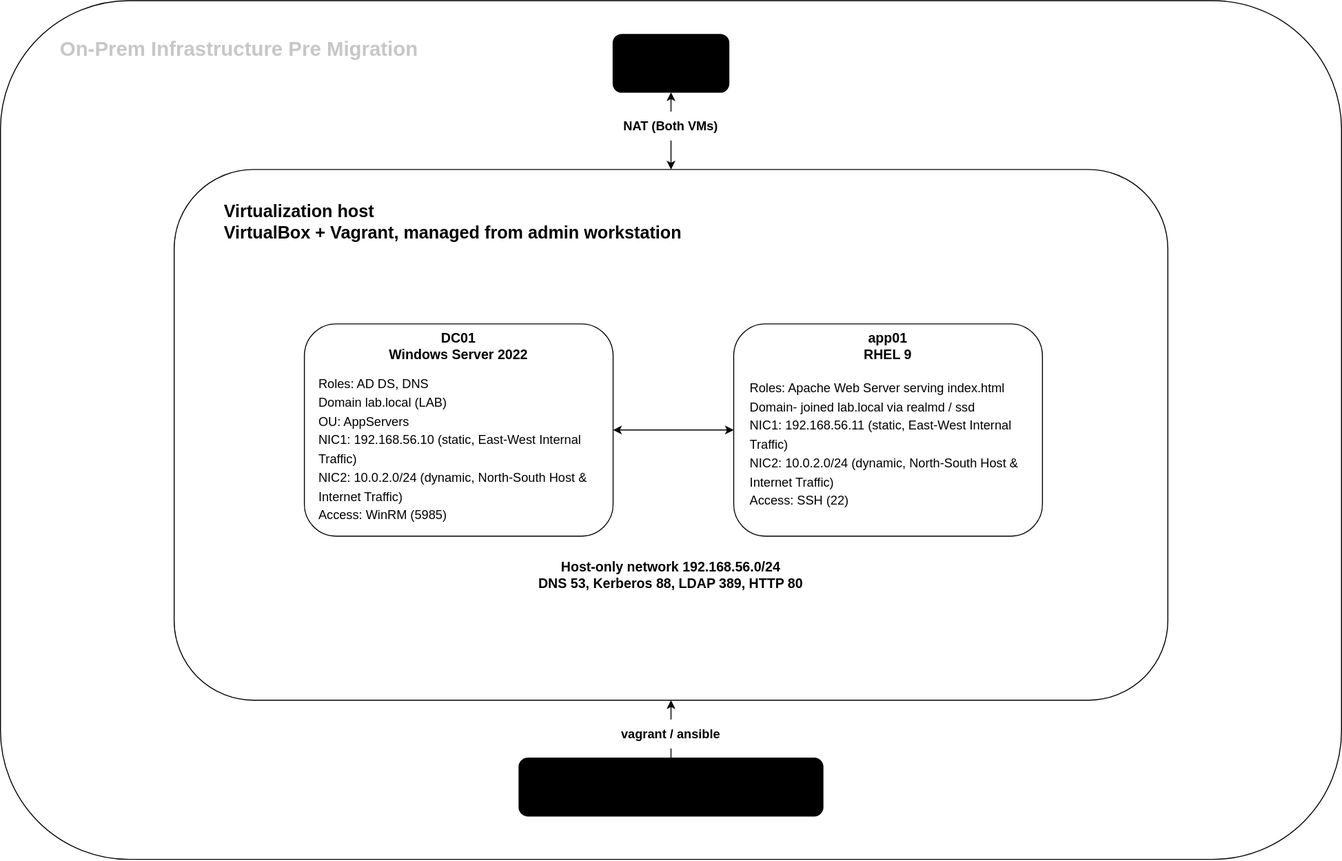
Vernaculus/virtualbox-onprem-to-azure-migration keeps this draw.io diagram as docs/onprem-architecture.svg. Above is the earlier version. Source tidied: cells renumbered, new cells last; positions are measured from the earlier drawing's top-left corner, leaving out a move shared by most shapes. Source of this version:
```xml
<mxGraphModel>
  <root>
    <mxCell id="0" />
    <mxCell id="1" parent="0" />
    <mxCell id="2" style="rounded=1;whiteSpace=wrap;html=1;" parent="1" vertex="1">
      <mxGeometry width="1390" height="890" as="geometry" />
    </mxCell>
    <mxCell id="3" style="rounded=1;whiteSpace=wrap;html=1;fillColor=light-dark(#FFFFFF,#666666);align=right;labelPosition=left;verticalLabelPosition=top;verticalAlign=bottom;fontFamily=Helvetica;" parent="1" vertex="1">
      <mxGeometry x="180" y="175" width="1030" height="550" as="geometry" />
    </mxCell>
    <mxCell id="4" value="&lt;div&gt;&lt;font style=&quot;font-size: 14px;&quot;&gt;&lt;b style=&quot;color: light-dark(rgb(0, 0, 0), rgb(119, 170, 222));&quot;&gt;DC01&lt;/b&gt;&lt;/font&gt;&lt;/div&gt;&lt;div&gt;&lt;font style=&quot;font-size: 14px;&quot;&gt;&lt;b style=&quot;color: light-dark(rgb(0, 0, 0), rgb(119, 170, 222));&quot;&gt;Windows Server 2022&lt;/b&gt;&lt;/font&gt;&lt;/div&gt;" style="rounded=1;whiteSpace=wrap;html=1;fillColor=light-dark(#FFFFFF,#0C447C);verticalAlign=top;fontFamily=Helvetica;" parent="1" vertex="1">
      <mxGeometry x="315" y="335" width="320" height="220" as="geometry" />
    </mxCell>
    <mxCell id="5" value="&lt;font style=&quot;font-size: 14px;&quot;&gt;&lt;b style=&quot;color: light-dark(rgb(0, 0, 0), rgb(80, 183, 150));&quot;&gt;app01&lt;/b&gt;&lt;/font&gt;&lt;div&gt;&lt;font style=&quot;font-size: 14px;&quot;&gt;&lt;b style=&quot;color: light-dark(rgb(0, 0, 0), rgb(80, 183, 150));&quot;&gt;RHEL 9&lt;/b&gt;&lt;/font&gt;&lt;div&gt;&lt;br&gt;&lt;/div&gt;&lt;/div&gt;" style="rounded=1;whiteSpace=wrap;html=1;fillColor=light-dark(#FFFFFF, #085041);verticalAlign=top;fontFamily=Helvetica;" parent="1" vertex="1">
      <mxGeometry x="760" y="335" width="320" height="220" as="geometry" />
    </mxCell>
    <mxCell id="6" value="&lt;b&gt;&lt;font style=&quot;font-size: 20px;&quot;&gt;Admin workstation&lt;/font&gt;&lt;/b&gt;" style="rounded=1;whiteSpace=wrap;html=1;fillColor=light-dark(#000000,#712B13);fontFamily=Helvetica;" parent="1" vertex="1">
      <mxGeometry x="537.5" y="785" width="315" height="60" as="geometry" />
    </mxCell>
    <mxCell id="7" value="&lt;div style=&quot;line-height: 150%;&quot;&gt;&lt;div&gt;&lt;font style=&quot;font-size: 13px; line-height: 150%;&quot;&gt;Roles: AD DS, DNS&lt;/font&gt;&lt;/div&gt;&lt;div&gt;&lt;font style=&quot;font-size: 13px; line-height: 150%;&quot;&gt;Domain lab.local (LAB)&lt;/font&gt;&lt;/div&gt;&lt;div&gt;&lt;font style=&quot;font-size: 13px; line-height: 150%;&quot;&gt;OU: AppServers&lt;/font&gt;&lt;/div&gt;&lt;div&gt;&lt;font style=&quot;font-size: 13px; line-height: 150%;&quot;&gt;NIC1: 192.168.56.10 (static, East-West Internal Traffic)&lt;/font&gt;&lt;/div&gt;&lt;div&gt;&lt;font style=&quot;font-size: 13px; line-height: 150%;&quot;&gt;NIC2: 10.0.2.0/24 (dynamic, North-South Host &amp;amp; Internet Traffic)&lt;/font&gt;&lt;/div&gt;&lt;div&gt;&lt;font style=&quot;font-size: 13px; line-height: 150%;&quot;&gt;Access: WinRM (5985)&lt;/font&gt;&lt;/div&gt;&lt;/div&gt;" style="text;html=1;whiteSpace=wrap;strokeColor=none;fillColor=none;align=left;verticalAlign=middle;rounded=0;fontFamily=Helvetica;" parent="1" vertex="1">
      <mxGeometry x="327.5" y="385" width="295" height="160" as="geometry" />
    </mxCell>
    <mxCell id="8" value="&lt;div style=&quot;line-height: 150%;&quot;&gt;&lt;div&gt;&lt;font style=&quot;font-size: 13px; line-height: 150%;&quot;&gt;Roles: Apache Web Server serving index.html&lt;/font&gt;&lt;/div&gt;&lt;div&gt;&lt;font style=&quot;font-size: 13px; line-height: 150%;&quot;&gt;Domain- joined lab.local via realmd / ssd&lt;/font&gt;&lt;/div&gt;&lt;div&gt;&lt;font style=&quot;font-size: 13px; line-height: 150%;&quot;&gt;NIC1: 192.168.56.11 (static, East-West Internal Traffic)&lt;/font&gt;&lt;/div&gt;&lt;div&gt;&lt;font style=&quot;font-size: 13px; line-height: 150%;&quot;&gt;NIC2: 10.0.2.0/24 (dynamic, North-South Host &amp;amp; Internet Traffic)&lt;/font&gt;&lt;/div&gt;&lt;div&gt;&lt;font style=&quot;font-size: 13px; line-height: 150%;&quot;&gt;Access: SSH (22)&lt;/font&gt;&lt;/div&gt;&lt;/div&gt;" style="text;html=1;whiteSpace=wrap;strokeColor=none;fillColor=none;align=left;verticalAlign=middle;rounded=0;fontFamily=Helvetica;fontSize=12;fontColor=default;fontStyle=0;" parent="1" vertex="1">
      <mxGeometry x="775" y="385" width="290" height="150" as="geometry" />
    </mxCell>
    <mxCell id="9" value="&lt;font style=&quot;font-size: 18px;&quot;&gt;&lt;b style=&quot;color: light-dark(rgb(0, 0, 0), rgb(199, 199, 199));&quot;&gt;Virtualization host&lt;/b&gt;&lt;/font&gt;&lt;div&gt;&lt;font style=&quot;font-size: 18px;&quot;&gt;&lt;b style=&quot;color: light-dark(rgb(0, 0, 0), rgb(199, 199, 199));&quot;&gt;VirtualBox + Vagrant, managed from admin workstation&lt;/b&gt;&lt;/font&gt;&lt;/div&gt;" style="text;html=1;whiteSpace=wrap;strokeColor=none;fillColor=none;align=left;verticalAlign=middle;rounded=0;fontFamily=Helvetica;" parent="1" vertex="1">
      <mxGeometry x="230" y="185" width="490" height="90" as="geometry" />
    </mxCell>
    <mxCell id="10" style="endArrow=classic;startArrow=classic;html=1;rounded=0;fontStyle=1;exitX=1;exitY=0.5;exitDx=0;exitDy=0;entryX=0;entryY=0.5;entryDx=0;entryDy=0;fontFamily=Helvetica;" parent="1" edge="1" source="4" target="5">
      <mxGeometry relative="1" as="geometry" />
    </mxCell>
    <mxCell id="11" value="&lt;font style=&quot;font-size: 14px;&quot;&gt;&lt;b style=&quot;color: light-dark(rgb(0, 0, 0), rgb(199, 199, 199));&quot;&gt;Host-only network 192.168.56.0/24&lt;/b&gt;&lt;/font&gt;&lt;div&gt;&lt;font style=&quot;font-size: 14px;&quot;&gt;&lt;b style=&quot;color: light-dark(rgb(0, 0, 0), rgb(199, 199, 199));&quot;&gt;DNS 53, Kerberos 88, LDAP 389, HTTP 80&lt;/b&gt;&lt;/font&gt;&lt;/div&gt;" style="text;html=1;whiteSpace=wrap;strokeColor=none;fillColor=none;align=center;verticalAlign=middle;rounded=0;fontFamily=Helvetica;" parent="1" vertex="1">
      <mxGeometry x="550" y="565" width="290" height="60" as="geometry" />
    </mxCell>
    <mxCell id="12" style="endArrow=classic;html=1;rounded=0;entryX=0.5;entryY=1;entryDx=0;entryDy=0;exitX=0.5;exitY=0;exitDx=0;exitDy=0;fontFamily=Helvetica;" parent="1" edge="1" source="13" target="3">
      <mxGeometry relative="1" as="geometry" />
    </mxCell>
    <mxCell id="13" value="&lt;span style=&quot;text-align: start; white-space: nowrap;&quot;&gt;&lt;b&gt;&lt;font style=&quot;font-size: 13px;&quot;&gt;vagrant / ansible&lt;/font&gt;&lt;/b&gt;&lt;/span&gt;" style="text;html=1;whiteSpace=wrap;strokeColor=none;fillColor=none;align=center;verticalAlign=middle;rounded=0;fontFamily=Helvetica;" parent="1" vertex="1">
      <mxGeometry x="640" y="745" width="110" height="30" as="geometry" />
    </mxCell>
    <mxCell id="14" value="&lt;font style=&quot;font-size: 21px;&quot;&gt;&lt;b style=&quot;color: light-dark(rgb(199, 199, 199), rgb(199, 199, 199));&quot;&gt;On-Prem Infrastructure Pre Migration&lt;/b&gt;&lt;/font&gt;" style="text;html=1;whiteSpace=wrap;strokeColor=none;fillColor=none;align=left;verticalAlign=middle;rounded=0;fontFamily=Helvetica;" parent="1" vertex="1">
      <mxGeometry x="60" y="5" width="490" height="90" as="geometry" />
    </mxCell>
    <mxCell id="15" value="&lt;b&gt;&lt;font style=&quot;font-size: 16px;&quot;&gt;Internet&lt;/font&gt;&lt;/b&gt;" style="rounded=1;whiteSpace=wrap;html=1;fillColor=light-dark(#000000,#666666);gradientColor=none;strokeColor=default;" parent="1" vertex="1">
      <mxGeometry x="635" y="35" width="120" height="60" as="geometry" />
    </mxCell>
    <mxCell id="16" style="endArrow=none;html=1;rounded=0;entryX=0.5;entryY=1;entryDx=0;entryDy=0;exitX=0.5;exitY=0;exitDx=0;exitDy=0;" parent="1" edge="1" source="6" target="13">
      <mxGeometry relative="1" as="geometry" />
    </mxCell>
    <mxCell id="17" value="&lt;span style=&quot;text-align: start; white-space: nowrap;&quot;&gt;&lt;b&gt;&lt;font style=&quot;font-size: 13px;&quot;&gt;NAT (Both VMs)&lt;/font&gt;&lt;/b&gt;&lt;/span&gt;" style="text;html=1;whiteSpace=wrap;strokeColor=none;fillColor=none;align=center;verticalAlign=middle;rounded=0;fontFamily=Helvetica;" parent="1" vertex="1">
      <mxGeometry x="640" y="115" width="110" height="30" as="geometry" />
    </mxCell>
    <mxCell id="18" style="endArrow=classic;html=1;rounded=0;entryX=0.5;entryY=1;entryDx=0;entryDy=0;exitX=0.5;exitY=0;exitDx=0;exitDy=0;" parent="1" edge="1" source="17" target="15">
      <mxGeometry relative="1" as="geometry" />
    </mxCell>
    <mxCell id="19" style="endArrow=classic;html=1;rounded=0;entryX=0.5;entryY=0;entryDx=0;entryDy=0;exitX=0.5;exitY=1;exitDx=0;exitDy=0;" parent="1" edge="1" source="17" target="3">
      <mxGeometry relative="1" as="geometry" />
    </mxCell>
  </root>
</mxGraphModel>
```
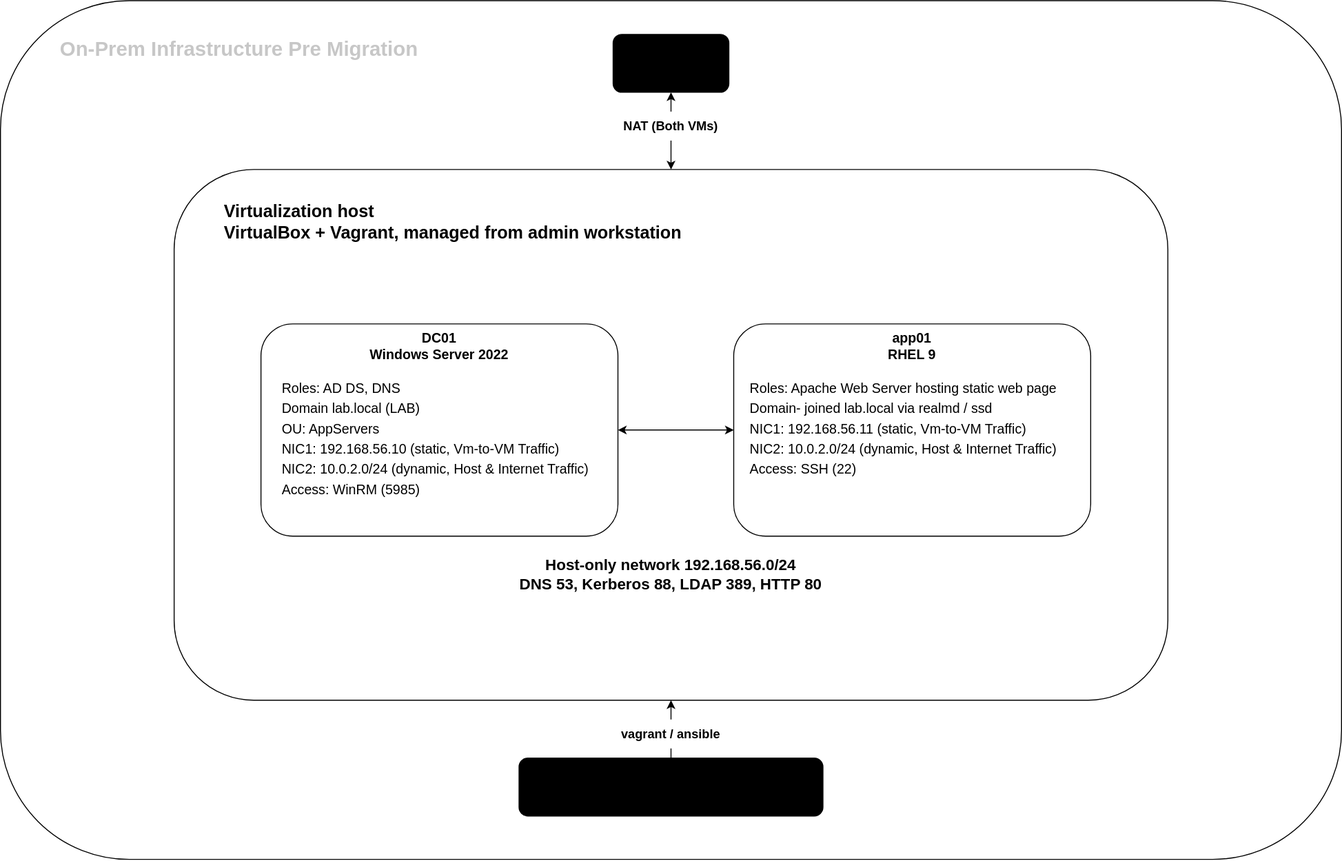
After the change.

Commit message:
chore: updated before architecture diagram for better readability, also tweaked formatting in README.md.

The edit, as a diff of the source:
```diff
@@ -8,20 +8,20 @@
     <mxCell id="3" style="rounded=1;whiteSpace=wrap;html=1;fillColor=light-dark(#FFFFFF,#666666);align=right;labelPosition=left;verticalLabelPosition=top;verticalAlign=bottom;fontFamily=Helvetica;" parent="1" vertex="1">
       <mxGeometry x="180" y="175" width="1030" height="550" as="geometry" />
     </mxCell>
-    <mxCell id="4" value="&lt;div&gt;&lt;font style=&quot;font-size: 14px;&quot;&gt;&lt;b style=&quot;color: light-dark(rgb(0, 0, 0), rgb(119, 170, 222));&quot;&gt;DC01&lt;/b&gt;&lt;/font&gt;&lt;/div&gt;&lt;div&gt;&lt;font style=&quot;font-size: 14px;&quot;&gt;&lt;b style=&quot;color: light-dark(rgb(0, 0, 0), rgb(119, 170, 222));&quot;&gt;Windows Server 2022&lt;/b&gt;&lt;/font&gt;&lt;/div&gt;" style="rounded=1;whiteSpace=wrap;html=1;fillColor=light-dark(#FFFFFF,#0C447C);verticalAlign=top;fontFamily=Helvetica;" parent="1" vertex="1">
-      <mxGeometry x="315" y="335" width="320" height="220" as="geometry" />
+    <mxCell id="4" value="&lt;div&gt;&lt;font style=&quot;font-size: 14px;&quot;&gt;&lt;b style=&quot;color: light-dark(rgb(0, 0, 0), rgb(126, 184, 240));&quot;&gt;DC01&lt;/b&gt;&lt;/font&gt;&lt;/div&gt;&lt;div&gt;&lt;font style=&quot;font-size: 14px;&quot;&gt;&lt;b style=&quot;color: light-dark(rgb(0, 0, 0), rgb(126, 184, 240));&quot;&gt;Windows Server 2022&lt;/b&gt;&lt;/font&gt;&lt;/div&gt;" style="rounded=1;whiteSpace=wrap;html=1;fillColor=light-dark(#FFFFFF,#0C447C);verticalAlign=top;fontFamily=Helvetica;" parent="1" vertex="1">
+      <mxGeometry x="270" y="335" width="370" height="220" as="geometry" />
     </mxCell>
     <mxCell id="5" value="&lt;font style=&quot;font-size: 14px;&quot;&gt;&lt;b style=&quot;color: light-dark(rgb(0, 0, 0), rgb(80, 183, 150));&quot;&gt;app01&lt;/b&gt;&lt;/font&gt;&lt;div&gt;&lt;font style=&quot;font-size: 14px;&quot;&gt;&lt;b style=&quot;color: light-dark(rgb(0, 0, 0), rgb(80, 183, 150));&quot;&gt;RHEL 9&lt;/b&gt;&lt;/font&gt;&lt;div&gt;&lt;br&gt;&lt;/div&gt;&lt;/div&gt;" style="rounded=1;whiteSpace=wrap;html=1;fillColor=light-dark(#FFFFFF, #085041);verticalAlign=top;fontFamily=Helvetica;" parent="1" vertex="1">
-      <mxGeometry x="760" y="335" width="320" height="220" as="geometry" />
+      <mxGeometry x="760" y="335" width="370" height="220" as="geometry" />
     </mxCell>
     <mxCell id="6" value="&lt;b&gt;&lt;font style=&quot;font-size: 20px;&quot;&gt;Admin workstation&lt;/font&gt;&lt;/b&gt;" style="rounded=1;whiteSpace=wrap;html=1;fillColor=light-dark(#000000,#712B13);fontFamily=Helvetica;" parent="1" vertex="1">
       <mxGeometry x="537.5" y="785" width="315" height="60" as="geometry" />
     </mxCell>
-    <mxCell id="7" value="&lt;div style=&quot;line-height: 150%;&quot;&gt;&lt;div&gt;&lt;font style=&quot;font-size: 13px; line-height: 150%;&quot;&gt;Roles: AD DS, DNS&lt;/font&gt;&lt;/div&gt;&lt;div&gt;&lt;font style=&quot;font-size: 13px; line-height: 150%;&quot;&gt;Domain lab.local (LAB)&lt;/font&gt;&lt;/div&gt;&lt;div&gt;&lt;font style=&quot;font-size: 13px; line-height: 150%;&quot;&gt;OU: AppServers&lt;/font&gt;&lt;/div&gt;&lt;div&gt;&lt;font style=&quot;font-size: 13px; line-height: 150%;&quot;&gt;NIC1: 192.168.56.10 (static, East-West Internal Traffic)&lt;/font&gt;&lt;/div&gt;&lt;div&gt;&lt;font style=&quot;font-size: 13px; line-height: 150%;&quot;&gt;NIC2: 10.0.2.0/24 (dynamic, North-South Host &amp;amp; Internet Traffic)&lt;/font&gt;&lt;/div&gt;&lt;div&gt;&lt;font style=&quot;font-size: 13px; line-height: 150%;&quot;&gt;Access: WinRM (5985)&lt;/font&gt;&lt;/div&gt;&lt;/div&gt;" style="text;html=1;whiteSpace=wrap;strokeColor=none;fillColor=none;align=left;verticalAlign=middle;rounded=0;fontFamily=Helvetica;" parent="1" vertex="1">
-      <mxGeometry x="327.5" y="385" width="295" height="160" as="geometry" />
+    <mxCell id="7" value="&lt;div style=&quot;line-height: 150%;&quot;&gt;&lt;div&gt;&lt;font style=&quot;line-height: 150%; font-size: 14px;&quot;&gt;Roles: AD DS, DNS&lt;/font&gt;&lt;/div&gt;&lt;div&gt;&lt;font style=&quot;line-height: 150%; font-size: 14px;&quot;&gt;Domain lab.local (LAB)&lt;/font&gt;&lt;/div&gt;&lt;div&gt;&lt;font style=&quot;line-height: 150%; font-size: 14px;&quot;&gt;OU: AppServers&lt;/font&gt;&lt;/div&gt;&lt;div&gt;&lt;font style=&quot;line-height: 150%; font-size: 14px;&quot;&gt;NIC1: 192.168.56.10 (static, Vm-to-VM Traffic)&lt;/font&gt;&lt;/div&gt;&lt;div&gt;&lt;font style=&quot;line-height: 150%; font-size: 14px;&quot;&gt;NIC2: 10.0.2.0/24 (dynamic, Host &amp;amp; Internet Traffic)&lt;/font&gt;&lt;/div&gt;&lt;div&gt;&lt;font style=&quot;line-height: 150%; font-size: 14px;&quot;&gt;Access: WinRM (5985)&lt;/font&gt;&lt;/div&gt;&lt;/div&gt;" style="text;html=1;whiteSpace=wrap;strokeColor=none;fillColor=none;align=left;verticalAlign=top;rounded=0;fontFamily=Helvetica;" parent="1" vertex="1">
+      <mxGeometry x="290" y="385" width="345" height="160" as="geometry" />
     </mxCell>
-    <mxCell id="8" value="&lt;div style=&quot;line-height: 150%;&quot;&gt;&lt;div&gt;&lt;font style=&quot;font-size: 13px; line-height: 150%;&quot;&gt;Roles: Apache Web Server serving index.html&lt;/font&gt;&lt;/div&gt;&lt;div&gt;&lt;font style=&quot;font-size: 13px; line-height: 150%;&quot;&gt;Domain- joined lab.local via realmd / ssd&lt;/font&gt;&lt;/div&gt;&lt;div&gt;&lt;font style=&quot;font-size: 13px; line-height: 150%;&quot;&gt;NIC1: 192.168.56.11 (static, East-West Internal Traffic)&lt;/font&gt;&lt;/div&gt;&lt;div&gt;&lt;font style=&quot;font-size: 13px; line-height: 150%;&quot;&gt;NIC2: 10.0.2.0/24 (dynamic, North-South Host &amp;amp; Internet Traffic)&lt;/font&gt;&lt;/div&gt;&lt;div&gt;&lt;font style=&quot;font-size: 13px; line-height: 150%;&quot;&gt;Access: SSH (22)&lt;/font&gt;&lt;/div&gt;&lt;/div&gt;" style="text;html=1;whiteSpace=wrap;strokeColor=none;fillColor=none;align=left;verticalAlign=middle;rounded=0;fontFamily=Helvetica;fontSize=12;fontColor=default;fontStyle=0;" parent="1" vertex="1">
-      <mxGeometry x="775" y="385" width="290" height="150" as="geometry" />
+    <mxCell id="8" value="&lt;div style=&quot;line-height: 150%;&quot;&gt;&lt;div&gt;&lt;font style=&quot;line-height: 150%; font-size: 14px;&quot;&gt;Roles: Apache Web Server hosting static web page&lt;/font&gt;&lt;/div&gt;&lt;div&gt;&lt;font style=&quot;line-height: 150%; font-size: 14px;&quot;&gt;Domain- joined lab.local via realmd / ssd&lt;/font&gt;&lt;/div&gt;&lt;div&gt;&lt;font style=&quot;line-height: 150%; font-size: 14px;&quot;&gt;NIC1: 192.168.56.11&amp;nbsp;&lt;/font&gt;&lt;span style=&quot;font-size: 14px; background-color: transparent; color: light-dark(rgb(0, 0, 0), rgb(255, 255, 255));&quot;&gt;(static, Vm-to-VM Traffic)&lt;/span&gt;&lt;/div&gt;&lt;div&gt;&lt;font style=&quot;line-height: 150%; font-size: 14px;&quot;&gt;NIC2: 10.0.2.0/24 (&lt;/font&gt;&lt;span style=&quot;font-size: 14px; background-color: transparent; color: light-dark(rgb(0, 0, 0), rgb(255, 255, 255));&quot;&gt;dynamic, Host &amp;amp; Internet Traffic)&lt;/span&gt;&lt;/div&gt;&lt;div&gt;&lt;font style=&quot;line-height: 150%; font-size: 14px;&quot;&gt;Access: SSH (22)&lt;/font&gt;&lt;/div&gt;&lt;/div&gt;" style="text;html=1;whiteSpace=wrap;strokeColor=none;fillColor=none;align=left;verticalAlign=top;rounded=0;fontFamily=Helvetica;fontSize=12;fontColor=default;fontStyle=0;" parent="1" vertex="1">
+      <mxGeometry x="775" y="385" width="345" height="160" as="geometry" />
     </mxCell>
     <mxCell id="9" value="&lt;font style=&quot;font-size: 18px;&quot;&gt;&lt;b style=&quot;color: light-dark(rgb(0, 0, 0), rgb(199, 199, 199));&quot;&gt;Virtualization host&lt;/b&gt;&lt;/font&gt;&lt;div&gt;&lt;font style=&quot;font-size: 18px;&quot;&gt;&lt;b style=&quot;color: light-dark(rgb(0, 0, 0), rgb(199, 199, 199));&quot;&gt;VirtualBox + Vagrant, managed from admin workstation&lt;/b&gt;&lt;/font&gt;&lt;/div&gt;" style="text;html=1;whiteSpace=wrap;strokeColor=none;fillColor=none;align=left;verticalAlign=middle;rounded=0;fontFamily=Helvetica;" parent="1" vertex="1">
       <mxGeometry x="230" y="185" width="490" height="90" as="geometry" />
@@ -29,8 +29,8 @@
     <mxCell id="10" style="endArrow=classic;startArrow=classic;html=1;rounded=0;fontStyle=1;exitX=1;exitY=0.5;exitDx=0;exitDy=0;entryX=0;entryY=0.5;entryDx=0;entryDy=0;fontFamily=Helvetica;" parent="1" edge="1" source="4" target="5">
       <mxGeometry relative="1" as="geometry" />
     </mxCell>
-    <mxCell id="11" value="&lt;font style=&quot;font-size: 14px;&quot;&gt;&lt;b style=&quot;color: light-dark(rgb(0, 0, 0), rgb(199, 199, 199));&quot;&gt;Host-only network 192.168.56.0/24&lt;/b&gt;&lt;/font&gt;&lt;div&gt;&lt;font style=&quot;font-size: 14px;&quot;&gt;&lt;b style=&quot;color: light-dark(rgb(0, 0, 0), rgb(199, 199, 199));&quot;&gt;DNS 53, Kerberos 88, LDAP 389, HTTP 80&lt;/b&gt;&lt;/font&gt;&lt;/div&gt;" style="text;html=1;whiteSpace=wrap;strokeColor=none;fillColor=none;align=center;verticalAlign=middle;rounded=0;fontFamily=Helvetica;" parent="1" vertex="1">
-      <mxGeometry x="550" y="565" width="290" height="60" as="geometry" />
+    <mxCell id="11" value="&lt;font style=&quot;font-size: 16px;&quot;&gt;&lt;b style=&quot;color: light-dark(rgb(0, 0, 0), rgb(212, 212, 212));&quot;&gt;Host-only network 192.168.56.0/24&lt;/b&gt;&lt;/font&gt;&lt;div&gt;&lt;font style=&quot;font-size: 16px;&quot;&gt;&lt;b style=&quot;color: light-dark(rgb(0, 0, 0), rgb(212, 212, 212));&quot;&gt;DNS 53, Kerberos 88, LDAP 389, HTTP 80&lt;/b&gt;&lt;/font&gt;&lt;/div&gt;" style="text;html=1;whiteSpace=wrap;strokeColor=none;fillColor=none;align=center;verticalAlign=middle;rounded=0;fontFamily=Helvetica;" parent="1" vertex="1">
+      <mxGeometry x="525" y="565" width="340" height="60" as="geometry" />
     </mxCell>
     <mxCell id="12" style="endArrow=classic;html=1;rounded=0;entryX=0.5;entryY=1;entryDx=0;entryDy=0;exitX=0.5;exitY=0;exitDx=0;exitDy=0;fontFamily=Helvetica;" parent="1" edge="1" source="13" target="3">
       <mxGeometry relative="1" as="geometry" />
```
